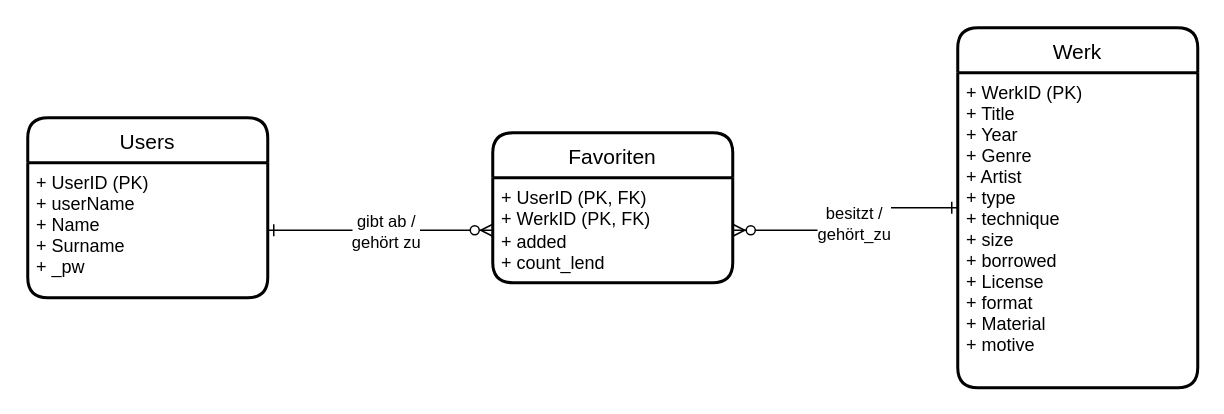
The draw.io diagram page "ERM" (5 of 5) of Artefakte/Untitled Diagram.drawio in JJJS777/EPWS2122KwintSchiller, before the edit. Source tidied: cells renumbered, new cells numbered last; positions are measured from the earlier drawing's top-left corner, leaving out a move shared by most shapes. Both pictures are drawn from the tidied source at 150%, with x=0, y=0 at pixel (27, 27).
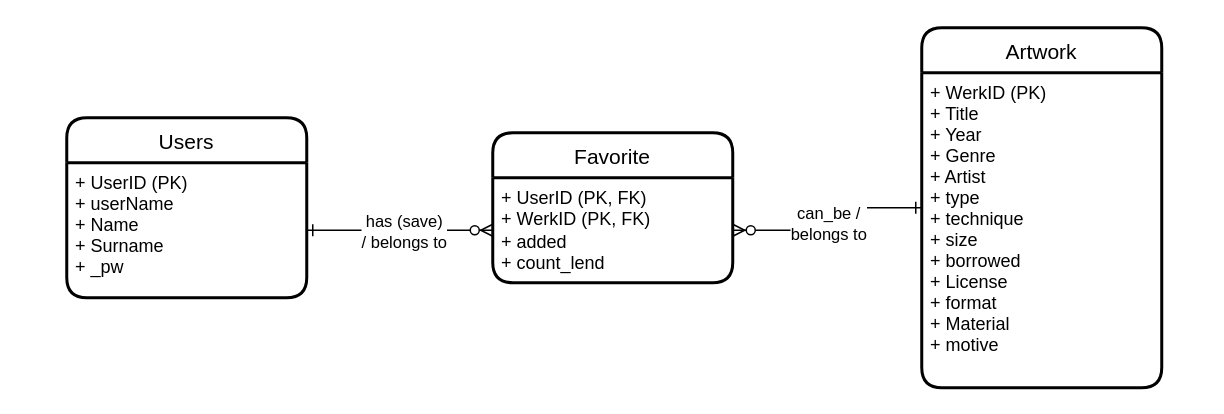
The same page after the edit.

The edit, as a diff of the source:
```diff
@@
 <mxGraphModel>
   <root>
     <mxCell id="0" />
     <mxCell id="1" parent="0" />
     <mxCell id="2" value="Users" style="swimlane;horizontal=1;startSize=30;rounded=1;fontSize=14;fontStyle=0;strokeWidth=2;shadow=0;dashed=0;align=center;" parent="1" vertex="1">
-      <mxGeometry y="60" width="160" height="120" as="geometry" />
+      <mxGeometry x="26" y="60" width="160" height="120" as="geometry" />
     </mxCell>
     <mxCell id="3" value="+ UserID (PK)&#10;+ userName&#10;+ Name&#10;+ Surname&#10;+ _pw&#10;" style="align=left;strokeColor=none;fillColor=none;spacingLeft=4;fontSize=12;verticalAlign=top;" parent="2" vertex="1">
       <mxGeometry y="30" width="160" height="90" as="geometry" />
     </mxCell>
     <mxCell id="4" style="edgeStyle=orthogonalEdgeStyle;rounded=0;jettySize=auto;html=1;startArrow=ERone;startFill=0;endArrow=ERzeroToMany;endFill=1;" parent="1" edge="1" source="6" target="9">
       <mxGeometry relative="1" as="geometry" />
     </mxCell>
-    <mxCell id="5" value="&lt;div&gt;besitzt /&lt;/div&gt;&lt;div&gt;gehört_zu&lt;br&gt;&lt;/div&gt;" style="edgeLabel;html=1;align=center;verticalAlign=middle;" parent="4" vertex="1">
+    <mxCell id="5" value="&lt;div&gt;can_be /&lt;br&gt;&lt;/div&gt;&lt;div&gt;belongs to&lt;/div&gt;" style="edgeLabel;html=1;align=center;verticalAlign=middle;" parent="4" vertex="1">
       <mxGeometry x="-0.43" relative="1" as="geometry">
         <mxPoint x="-23" y="10" as="offset" />
       </mxGeometry>
     </mxCell>
-    <mxCell id="6" value="Werk" style="swimlane;horizontal=1;startSize=30;rounded=1;fontSize=14;fontStyle=0;strokeWidth=2;shadow=0;dashed=0;align=center;" parent="1" vertex="1">
-      <mxGeometry x="620" width="160" height="240" as="geometry" />
+    <mxCell id="6" value="Artwork" style="swimlane;horizontal=1;startSize=30;rounded=1;fontSize=14;fontStyle=0;strokeWidth=2;shadow=0;dashed=0;align=center;" parent="1" vertex="1">
+      <mxGeometry x="596" width="160" height="240" as="geometry" />
     </mxCell>
     <mxCell id="7" value="+ WerkID (PK)&#10;+ Title&#10;+ Year&#10;+ Genre&#10;+ Artist&#10;+ type&#10;+ technique&#10;+ size&#10;+ borrowed&#10;+ License&#10;+ format&#10;+ Material&#10;+ motive" style="align=left;strokeColor=none;fillColor=none;spacingLeft=4;fontSize=12;verticalAlign=top;" parent="6" vertex="1">
       <mxGeometry y="30" width="160" height="210" as="geometry" />
     </mxCell>
-    <mxCell id="8" value="Favoriten" style="swimlane;horizontal=1;startSize=30;rounded=1;fontSize=14;fontStyle=0;strokeWidth=2;shadow=0;dashed=0;align=center;" parent="1" vertex="1">
+    <mxCell id="8" value="Favorite" style="swimlane;horizontal=1;startSize=30;rounded=1;fontSize=14;fontStyle=0;strokeWidth=2;shadow=0;dashed=0;align=center;" parent="1" vertex="1">
       <mxGeometry x="310" y="70" width="160" height="100" as="geometry" />
     </mxCell>
     <mxCell id="9" value="+ UserID (PK, FK)&lt;br&gt;&lt;div&gt;+ WerkID (PK, FK)&lt;/div&gt;&lt;div&gt;+ added&lt;/div&gt;&lt;div&gt;+ count_lend&lt;br&gt;&lt;/div&gt;" style="align=left;strokeColor=none;fillColor=none;spacingLeft=4;fontSize=12;verticalAlign=top;html=1;" parent="8" vertex="1">
       <mxGeometry y="30" width="160" height="70" as="geometry" />
     </mxCell>
     <mxCell id="10" style="edgeStyle=orthogonalEdgeStyle;rounded=0;jettySize=auto;html=1;endArrow=ERzeroToMany;endFill=1;startArrow=ERone;startFill=0;" parent="1" edge="1" source="3" target="9">
       <mxGeometry relative="1" as="geometry" />
     </mxCell>
-    <mxCell id="11" value="gibt ab / &lt;br&gt;gehört zu" style="edgeLabel;html=1;align=center;verticalAlign=middle;" parent="10" vertex="1">
+    <mxCell id="11" value="has (save)&lt;br&gt;/ belongs to" style="edgeLabel;html=1;align=center;verticalAlign=middle;" parent="10" vertex="1">
       <mxGeometry x="0.04" relative="1" as="geometry" />
     </mxCell>
   </root>
 </mxGraphModel>
```
